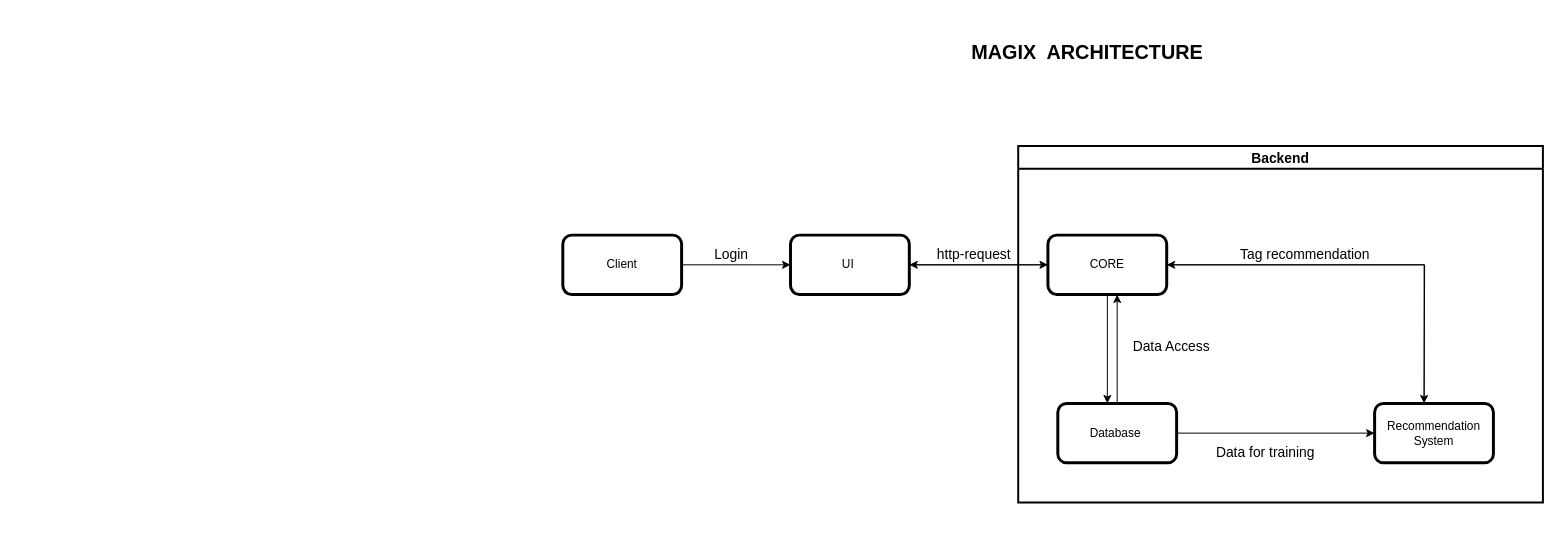
Before: Untitled Diagram.drawio in vickycena/gcc, a draw.io diagram. Source tidied: cells renumbered, new cells numbered last; positions are measured from the earlier drawing's top-left corner, leaving out a move shared by most shapes. Both pictures are drawn from the tidied source at 99%, with x=0, y=0 at pixel (562, 17).
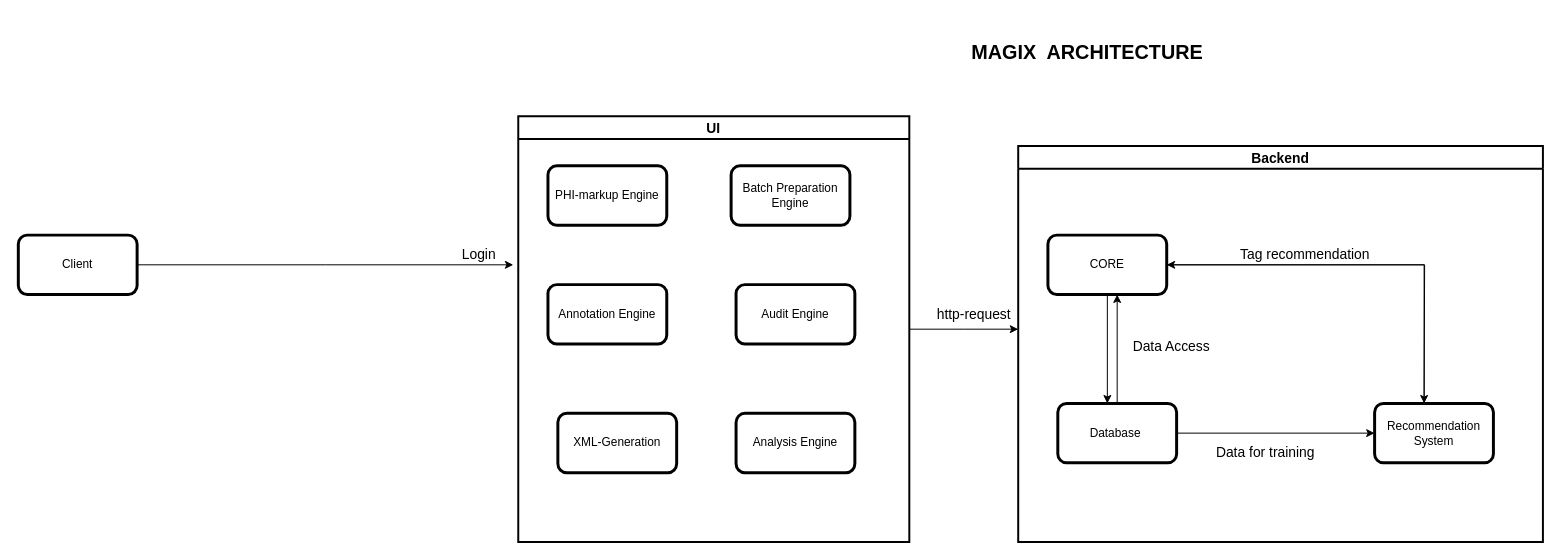
The same page after the edit.

Unchanged cells that the change refers to:
```xml
<mxCell id="9" value="CORE" style="rounded=1;whiteSpace=wrap;html=1;labelBorderColor=none;strokeWidth=3;" parent="1" vertex="1">
  <mxGeometry x="490" y="220" width="120" height="60" as="geometry" />
</mxCell>
```

Diff of the diagram source:
```diff
@@
-    <mxCell id="2" style="edgeStyle=orthogonalEdgeStyle;rounded=0;jettySize=auto;html=1;entryX=0;entryY=0.5;entryDx=0;entryDy=0;fontSize=14;" parent="1" edge="1" source="3" target="5">
-      <mxGeometry relative="1" as="geometry" />
-    </mxCell>
+    <mxCell id="22" style="edgeStyle=orthogonalEdgeStyle;rounded=0;jettySize=auto;html=1;fontSize=14;fontColor=none;" parent="1" edge="1" source="3">
+      <mxGeometry relative="1" as="geometry">
+        <mxPoint x="-50" y="250" as="targetPoint" />
+      </mxGeometry>
+    </mxCell>
     <mxCell id="3" value="Client" style="rounded=1;whiteSpace=wrap;html=1;strokeWidth=3;" parent="1" vertex="1">
-      <mxGeometry y="220" width="120" height="60" as="geometry" />
+      <mxGeometry x="-550" y="220" width="120" height="60" as="geometry" />
     </mxCell>
-    <mxCell id="4" style="edgeStyle=orthogonalEdgeStyle;rounded=0;jettySize=auto;html=1;entryX=0;entryY=0.5;entryDx=0;entryDy=0;fontSize=14;" parent="1" edge="1" source="5" target="9">
-      <mxGeometry relative="1" as="geometry">
-        <Array as="points">
-          <mxPoint x="310" y="250" />
-          <mxPoint x="310" y="250" />
-        </Array>
-      </mxGeometry>
-    </mxCell>
-    <mxCell id="5" value="UI&amp;nbsp;" style="rounded=1;whiteSpace=wrap;html=1;strokeWidth=3;" parent="1" vertex="1">
-      <mxGeometry x="230" y="220" width="120" height="60" as="geometry" />
-    </mxCell>
@@
-    <mxCell id="7" style="edgeStyle=orthogonalEdgeStyle;rounded=0;jettySize=auto;html=1;entryX=1;entryY=0.5;entryDx=0;entryDy=0;fontSize=14;" parent="1" edge="1" source="9" target="5">
-      <mxGeometry relative="1" as="geometry" />
-    </mxCell>
@@
     <mxCell id="16" value="http-request" style="text;html=1;align=center;verticalAlign=middle;strokeColor=none;fontSize=14;" parent="1" vertex="1">
-      <mxGeometry x="370" y="230" width="90" height="20" as="geometry" />
+      <mxGeometry x="370" y="290" width="90" height="20" as="geometry" />
     </mxCell>
@@
     <mxCell id="19" value="Login" style="text;html=1;align=center;verticalAlign=middle;strokeColor=none;fontSize=14;" parent="1" vertex="1">
-      <mxGeometry x="145" y="230" width="50" height="20" as="geometry" />
+      <mxGeometry x="-110" y="230" width="50" height="20" as="geometry" />
     </mxCell>
@@
     <mxCell id="21" value="Backend" style="swimlane;labelBackgroundColor=none;fontSize=14;fontColor=none;strokeWidth=2;" parent="1" vertex="1">
-      <mxGeometry x="460" y="130" width="530" height="360" as="geometry" />
+      <mxGeometry x="460" y="130" width="530" height="400" as="geometry" />
     </mxCell>
+    <mxCell id="23" style="edgeStyle=orthogonalEdgeStyle;rounded=0;jettySize=auto;html=1;fontSize=14;fontColor=none;" parent="1" edge="1" source="24">
+      <mxGeometry relative="1" as="geometry">
+        <mxPoint x="460" y="315" as="targetPoint" />
+      </mxGeometry>
+    </mxCell>
+    <mxCell id="24" value="UI" style="swimlane;labelBackgroundColor=none;fontSize=14;fontColor=none;strokeWidth=2;" parent="1" vertex="1">
+      <mxGeometry x="-45" y="100" width="395" height="430" as="geometry" />
+    </mxCell>
+    <mxCell id="5" value="PHI-markup Engine" style="rounded=1;whiteSpace=wrap;html=1;strokeWidth=3;" parent="24" vertex="1">
+      <mxGeometry x="30" y="50" width="120" height="60" as="geometry" />
+    </mxCell>
+    <mxCell id="25" value="Annotation Engine" style="rounded=1;whiteSpace=wrap;html=1;strokeWidth=3;" parent="24" vertex="1">
+      <mxGeometry x="30" y="170" width="120" height="60" as="geometry" />
+    </mxCell>
+    <mxCell id="26" value="Audit Engine" style="rounded=1;whiteSpace=wrap;html=1;strokeWidth=3;" parent="24" vertex="1">
+      <mxGeometry x="220" y="170" width="120" height="60" as="geometry" />
+    </mxCell>
+    <mxCell id="27" value="Analysis Engine" style="rounded=1;whiteSpace=wrap;html=1;strokeWidth=3;" parent="24" vertex="1">
+      <mxGeometry x="220" y="300" width="120" height="60" as="geometry" />
+    </mxCell>
+    <mxCell id="28" value="Batch Preparation Engine" style="rounded=1;whiteSpace=wrap;html=1;strokeWidth=3;" parent="24" vertex="1">
+      <mxGeometry x="215" y="50" width="120" height="60" as="geometry" />
+    </mxCell>
+    <mxCell id="29" value="XML-Generation" style="rounded=1;whiteSpace=wrap;html=1;strokeWidth=3;" parent="24" vertex="1">
+      <mxGeometry x="40" y="300" width="120" height="60" as="geometry" />
+    </mxCell>
```
